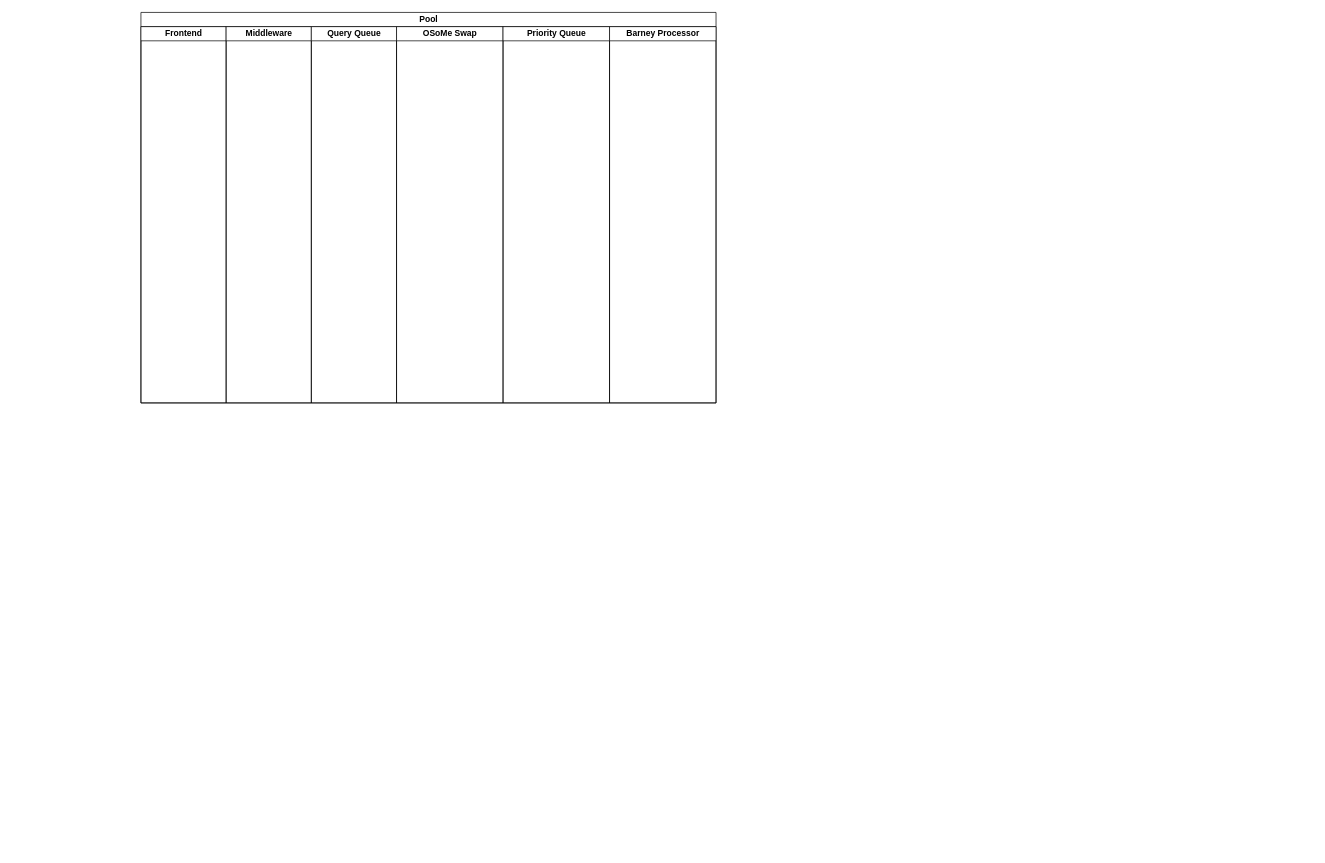
This is BarneyProcessMap.drawio from benabus/charts_and_notes, a draw.io file, before an edit. Source tidied: cells renumbered, new cells numbered last; positions are measured from the earlier drawing's top-left corner, leaving out a move shared by most shapes. Both pictures are drawn from the tidied source at 71%, with x=0, y=0 at pixel (141, 12).
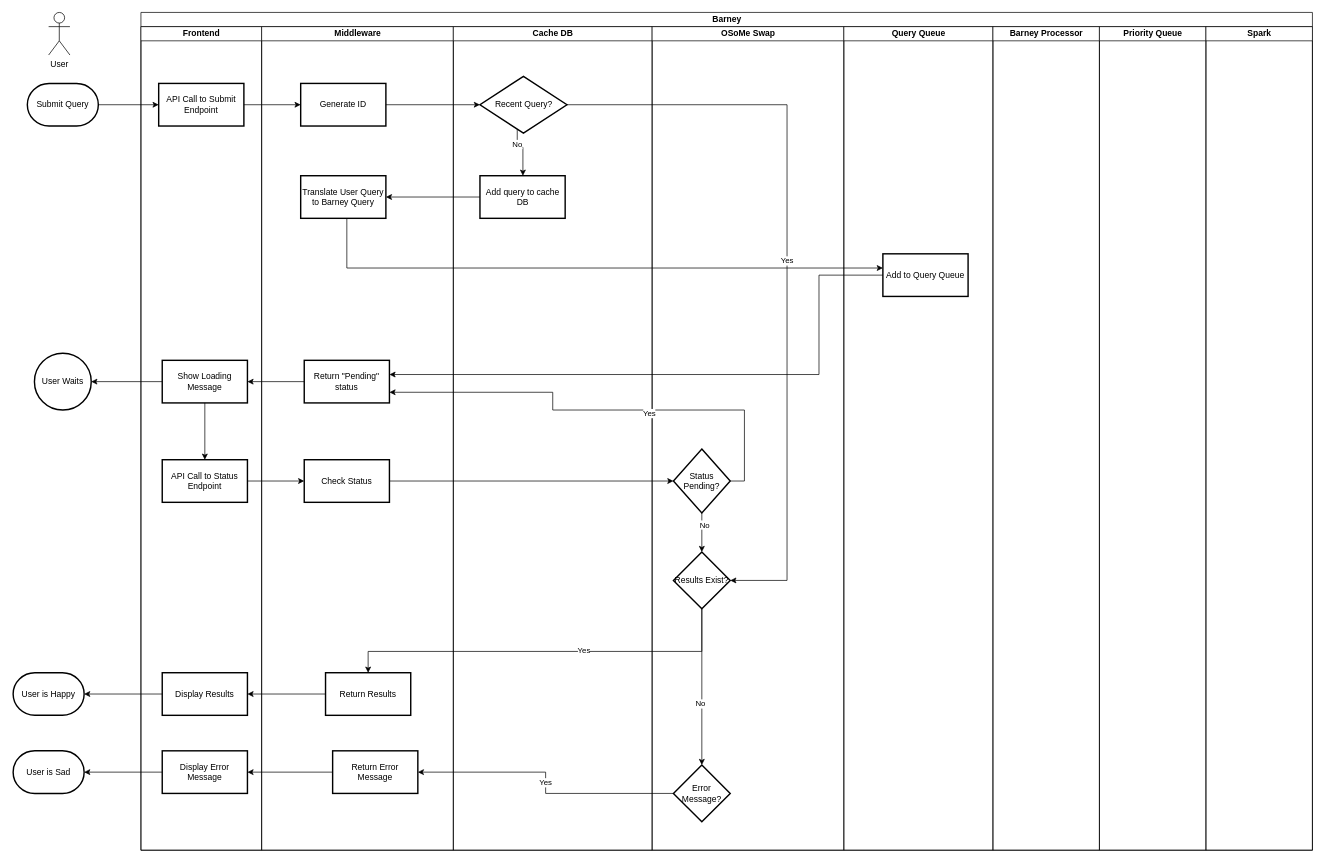
Above is the later version.

What changed in the source:
```diff
@@
-    <mxCell id="2" value="Pool" style="swimlane;startSize=20;html=1;" parent="1" vertex="1">
-      <mxGeometry width="810" height="550" as="geometry" />
+    <mxCell id="2" value="Barney" style="swimlane;startSize=20;html=1;" parent="1" vertex="1">
+      <mxGeometry width="1650" height="1180" as="geometry" />
     </mxCell>
     <mxCell id="3" value="Frontend" style="swimlane;startSize=20;html=1;" parent="2" vertex="1">
-      <mxGeometry y="20" width="120" height="530" as="geometry" />
+      <mxGeometry y="20" width="170" height="1160" as="geometry" />
     </mxCell>
+    <mxCell id="9" value="API Call to Submit Endpoint" style="whiteSpace=wrap;html=1;strokeWidth=2;" parent="3" vertex="1">
+      <mxGeometry x="25" y="80" width="120" height="60" as="geometry" />
+    </mxCell>
+    <mxCell id="10" value="API Call to Status Endpoint" style="whiteSpace=wrap;html=1;strokeWidth=2;" parent="3" vertex="1">
+      <mxGeometry x="30" y="610" width="120" height="60" as="geometry" />
+    </mxCell>
+    <mxCell id="11" value="Display Results" style="whiteSpace=wrap;html=1;strokeWidth=2;" parent="3" vertex="1">
+      <mxGeometry x="30" y="910" width="120" height="60" as="geometry" />
+    </mxCell>
+    <mxCell id="12" value="Display Error Message" style="whiteSpace=wrap;html=1;strokeWidth=2;" parent="3" vertex="1">
+      <mxGeometry x="30" y="1020" width="120" height="60" as="geometry" />
+    </mxCell>
     <mxCell id="4" value="Middleware" style="swimlane;startSize=20;html=1;" parent="2" vertex="1">
-      <mxGeometry x="120" y="20" width="120" height="530" as="geometry" />
+      <mxGeometry x="170" y="20" width="270" height="1160" as="geometry" />
     </mxCell>
+    <mxCell id="13" value="Generate ID" style="whiteSpace=wrap;html=1;strokeWidth=2;" parent="4" vertex="1">
+      <mxGeometry x="55" y="80" width="120" height="60" as="geometry" />
+    </mxCell>
+    <mxCell id="14" value="Return Results" style="whiteSpace=wrap;html=1;strokeWidth=2;" parent="4" vertex="1">
+      <mxGeometry x="90" y="910" width="120" height="60" as="geometry" />
+    </mxCell>
+    <mxCell id="15" value="Translate User Query to Barney Query" style="whiteSpace=wrap;html=1;strokeWidth=2;" parent="4" vertex="1">
+      <mxGeometry x="55" y="210" width="120" height="60" as="geometry" />
+    </mxCell>
+    <mxCell id="16" style="edgeStyle=orthogonalEdgeStyle;rounded=0;jettySize=auto;html=1;" parent="4" edge="1" source="17" target="18">
+      <mxGeometry relative="1" as="geometry" />
+    </mxCell>
+    <mxCell id="17" value="Return &quot;Pending&quot; status" style="whiteSpace=wrap;html=1;strokeWidth=2;" parent="4" vertex="1">
+      <mxGeometry x="60" y="470" width="120" height="60" as="geometry" />
+    </mxCell>
+    <mxCell id="18" value="Show Loading Message" style="whiteSpace=wrap;html=1;strokeWidth=2;" parent="4" vertex="1">
+      <mxGeometry x="-140" y="470" width="120" height="60" as="geometry" />
+    </mxCell>
+    <mxCell id="19" value="Check Status" style="whiteSpace=wrap;html=1;strokeWidth=2;" parent="4" vertex="1">
+      <mxGeometry x="60" y="610" width="120" height="60" as="geometry" />
+    </mxCell>
+    <mxCell id="20" value="&lt;div&gt;Return Error Message&lt;/div&gt;" style="whiteSpace=wrap;html=1;strokeWidth=2;" parent="4" vertex="1">
+      <mxGeometry x="100" y="1020" width="120" height="60" as="geometry" />
+    </mxCell>
-    <mxCell id="5" value="Query Queue" style="swimlane;startSize=20;html=1;" parent="2" vertex="1">
-      <mxGeometry x="240" y="20" width="120" height="530" as="geometry" />
+    <mxCell id="5" value="Cache DB" style="swimlane;startSize=20;html=1;" parent="2" vertex="1">
+      <mxGeometry x="440" y="20" width="280" height="1160" as="geometry" />
     </mxCell>
+    <mxCell id="21" value="&lt;div&gt;Recent Query?&lt;/div&gt;" style="rhombus;whiteSpace=wrap;html=1;strokeWidth=2;" parent="5" vertex="1">
+      <mxGeometry x="37.5" y="70" width="122.5" height="80" as="geometry" />
+    </mxCell>
+    <mxCell id="22" value="Add query to cache DB" style="whiteSpace=wrap;html=1;strokeWidth=2;" parent="5" vertex="1">
+      <mxGeometry x="37.5" y="210" width="120" height="60" as="geometry" />
+    </mxCell>
+    <mxCell id="23" style="edgeStyle=orthogonalEdgeStyle;rounded=0;jettySize=auto;html=1;" parent="5" edge="1" source="21" target="22">
+      <mxGeometry relative="1" as="geometry">
+        <Array as="points">
+          <mxPoint x="90" y="170" />
+          <mxPoint x="98" y="170" />
+        </Array>
+      </mxGeometry>
+    </mxCell>
+    <mxCell id="24" value="&lt;div&gt;No&lt;/div&gt;" style="edgeLabel;html=1;align=center;verticalAlign=middle;" parent="23" vertex="1">
+      <mxGeometry x="-0.42" y="-1" relative="1" as="geometry" />
+    </mxCell>
     <mxCell id="6" value="OSoMe Swap" style="swimlane;startSize=20;html=1;" parent="2" vertex="1">
-      <mxGeometry x="360" y="20" width="150" height="530" as="geometry" />
+      <mxGeometry x="720" y="20" width="270" height="1160" as="geometry" />
     </mxCell>
+    <mxCell id="25" style="edgeStyle=orthogonalEdgeStyle;rounded=0;jettySize=auto;html=1;" parent="6" edge="1" source="27" target="30">
+      <mxGeometry relative="1" as="geometry" />
+    </mxCell>
+    <mxCell id="26" value="No" style="edgeLabel;html=1;align=center;verticalAlign=middle;" parent="25" vertex="1">
+      <mxGeometry x="-0.41" y="3" relative="1" as="geometry" />
+    </mxCell>
+    <mxCell id="27" value="Status Pending?" style="rhombus;whiteSpace=wrap;html=1;strokeWidth=2;" parent="6" vertex="1">
+      <mxGeometry x="30" y="595" width="80" height="90" as="geometry" />
+    </mxCell>
+    <mxCell id="28" style="edgeStyle=orthogonalEdgeStyle;rounded=0;jettySize=auto;html=1;" parent="6" edge="1" source="30" target="31">
+      <mxGeometry relative="1" as="geometry" />
+    </mxCell>
+    <mxCell id="29" value="No" style="edgeLabel;html=1;align=center;verticalAlign=middle;" parent="28" vertex="1">
+      <mxGeometry x="0.21" y="-3" relative="1" as="geometry" />
+    </mxCell>
+    <mxCell id="30" value="&lt;div&gt;Results Exist?&lt;/div&gt;" style="rhombus;whiteSpace=wrap;html=1;strokeWidth=2;" parent="6" vertex="1">
+      <mxGeometry x="30" y="740" width="80" height="80" as="geometry" />
+    </mxCell>
+    <mxCell id="31" value="&lt;div&gt;Error Message?&lt;/div&gt;" style="rhombus;whiteSpace=wrap;html=1;strokeWidth=2;" parent="6" vertex="1">
+      <mxGeometry x="30" y="1040" width="80" height="80" as="geometry" />
+    </mxCell>
+    <mxCell id="32" value="Query Queue" style="swimlane;startSize=20;html=1;" parent="2" vertex="1">
+      <mxGeometry x="990" y="20" width="210" height="1160" as="geometry" />
+    </mxCell>
+    <mxCell id="33" value="Add to Query Queue" style="whiteSpace=wrap;html=1;strokeWidth=2;" parent="32" vertex="1">
+      <mxGeometry x="55" y="320" width="120" height="60" as="geometry" />
+    </mxCell>
+    <mxCell id="8" value="Barney Processor" style="swimlane;startSize=20;html=1;" parent="2" vertex="1">
+      <mxGeometry x="1200" y="20" width="150" height="1160" as="geometry" />
+    </mxCell>
     <mxCell id="7" value="Priority Queue" style="swimlane;startSize=20;html=1;" parent="2" vertex="1">
-      <mxGeometry x="510" y="20" width="150" height="530" as="geometry" />
+      <mxGeometry x="1350" y="20" width="150" height="1160" as="geometry" />
     </mxCell>
-    <mxCell id="8" value="Barney Processor" style="swimlane;startSize=20;html=1;" parent="2" vertex="1">
-      <mxGeometry x="660" y="20" width="150" height="530" as="geometry" />
-    </mxCell>
+    <mxCell id="34" value="Spark" style="swimlane;startSize=20;html=1;" parent="2" vertex="1">
+      <mxGeometry x="1500" y="20" width="150" height="1160" as="geometry" />
+    </mxCell>
+    <mxCell id="35" style="edgeStyle=orthogonalEdgeStyle;rounded=0;jettySize=auto;html=1;" parent="2" edge="1" source="9" target="13">
+      <mxGeometry relative="1" as="geometry" />
+    </mxCell>
+    <mxCell id="36" style="edgeStyle=orthogonalEdgeStyle;rounded=0;jettySize=auto;html=1;" parent="2" edge="1" source="13" target="21">
+      <mxGeometry relative="1" as="geometry" />
+    </mxCell>
+    <mxCell id="37" style="edgeStyle=orthogonalEdgeStyle;rounded=0;jettySize=auto;html=1;" parent="2" edge="1" source="22" target="15">
+      <mxGeometry relative="1" as="geometry" />
+    </mxCell>
+    <mxCell id="38" style="edgeStyle=orthogonalEdgeStyle;rounded=0;jettySize=auto;html=1;" parent="2" edge="1" source="15" target="33">
+      <mxGeometry relative="1" as="geometry">
+        <Array as="points">
+          <mxPoint x="290" y="360" />
+        </Array>
+      </mxGeometry>
+    </mxCell>
+    <mxCell id="39" style="edgeStyle=orthogonalEdgeStyle;rounded=0;jettySize=auto;html=1;" parent="2" edge="1" source="33" target="17">
+      <mxGeometry relative="1" as="geometry">
+        <Array as="points">
+          <mxPoint x="955" y="510" />
+        </Array>
+      </mxGeometry>
+    </mxCell>
+    <mxCell id="40" style="edgeStyle=orthogonalEdgeStyle;rounded=0;jettySize=auto;html=1;" parent="2" edge="1" source="18" target="10">
+      <mxGeometry relative="1" as="geometry" />
+    </mxCell>
+    <mxCell id="41" style="edgeStyle=orthogonalEdgeStyle;rounded=0;jettySize=auto;html=1;" parent="2" edge="1" source="10" target="19">
+      <mxGeometry relative="1" as="geometry" />
+    </mxCell>
+    <mxCell id="42" style="edgeStyle=orthogonalEdgeStyle;rounded=0;jettySize=auto;html=1;" parent="2" edge="1" source="19" target="27">
+      <mxGeometry relative="1" as="geometry" />
+    </mxCell>
+    <mxCell id="43" style="edgeStyle=orthogonalEdgeStyle;rounded=0;jettySize=auto;html=1;entryX=1;entryY=0.75;entryDx=0;entryDy=0;" parent="2" edge="1" source="27" target="17">
+      <mxGeometry relative="1" as="geometry">
+        <Array as="points">
+          <mxPoint x="850" y="560" />
+          <mxPoint x="580" y="560" />
+          <mxPoint x="580" y="535" />
+        </Array>
+      </mxGeometry>
+    </mxCell>
+    <mxCell id="44" value="Yes" style="edgeLabel;html=1;align=center;verticalAlign=middle;" parent="43" vertex="1">
+      <mxGeometry x="-0.21" y="4" relative="1" as="geometry" />
+    </mxCell>
+    <mxCell id="45" style="edgeStyle=orthogonalEdgeStyle;rounded=0;jettySize=auto;html=1;" parent="2" edge="1" source="14" target="11">
+      <mxGeometry relative="1" as="geometry" />
+    </mxCell>
+    <mxCell id="46" style="edgeStyle=orthogonalEdgeStyle;rounded=0;jettySize=auto;html=1;" parent="2" edge="1" source="30" target="14">
+      <mxGeometry relative="1" as="geometry">
+        <Array as="points">
+          <mxPoint x="790" y="900" />
+          <mxPoint x="320" y="900" />
+        </Array>
+      </mxGeometry>
+    </mxCell>
+    <mxCell id="47" value="Yes" style="edgeLabel;html=1;align=center;verticalAlign=middle;" parent="46" vertex="1">
+      <mxGeometry x="-0.19" y="-2" relative="1" as="geometry" />
+    </mxCell>
+    <mxCell id="48" value="&lt;div&gt;Yes&lt;/div&gt;" style="edgeStyle=orthogonalEdgeStyle;rounded=0;jettySize=auto;html=1;" parent="2" edge="1" source="31" target="20">
+      <mxGeometry relative="1" as="geometry" />
+    </mxCell>
+    <mxCell id="49" style="edgeStyle=orthogonalEdgeStyle;rounded=0;jettySize=auto;html=1;" parent="2" edge="1" source="20" target="12">
+      <mxGeometry relative="1" as="geometry" />
+    </mxCell>
+    <mxCell id="50" value="&lt;div&gt;Yes&lt;/div&gt;" style="edgeStyle=orthogonalEdgeStyle;rounded=0;jettySize=auto;html=1;entryX=1;entryY=0.5;entryDx=0;entryDy=0;" parent="2" edge="1" source="21" target="30">
+      <mxGeometry relative="1" as="geometry">
+        <Array as="points">
+          <mxPoint x="910" y="130" />
+          <mxPoint x="910" y="800" />
+        </Array>
+      </mxGeometry>
+    </mxCell>
+    <mxCell id="51" style="edgeStyle=orthogonalEdgeStyle;rounded=0;jettySize=auto;html=1;" parent="1" edge="1" source="52" target="9">
+      <mxGeometry relative="1" as="geometry" />
+    </mxCell>
+    <mxCell id="52" value="Submit Query" style="strokeWidth=2;html=1;shape=mxgraph.flowchart.terminator;whiteSpace=wrap;" parent="1" vertex="1">
+      <mxGeometry x="-160" y="100" width="100" height="60" as="geometry" />
+    </mxCell>
+    <mxCell id="53" value="&lt;div&gt;User&lt;/div&gt;" style="shape=umlActor;verticalLabelPosition=bottom;verticalAlign=top;html=1;" parent="1" vertex="1">
+      <mxGeometry x="-130" width="30" height="60" as="geometry" />
+    </mxCell>
+    <mxCell id="54" value="User is Happy" style="strokeWidth=2;html=1;shape=mxgraph.flowchart.terminator;whiteSpace=wrap;" parent="1" vertex="1">
+      <mxGeometry x="-180" y="930" width="100" height="60" as="geometry" />
+    </mxCell>
+    <mxCell id="55" style="edgeStyle=orthogonalEdgeStyle;rounded=0;jettySize=auto;html=1;" parent="1" edge="1" source="11" target="54">
+      <mxGeometry relative="1" as="geometry" />
+    </mxCell>
+    <mxCell id="56" value="&lt;div&gt;User Waits&lt;/div&gt;" style="ellipse;whiteSpace=wrap;html=1;strokeWidth=2;" parent="1" vertex="1">
+      <mxGeometry x="-150" y="480" width="80" height="80" as="geometry" />
+    </mxCell>
+    <mxCell id="57" style="edgeStyle=orthogonalEdgeStyle;rounded=0;jettySize=auto;html=1;" parent="1" edge="1" source="18" target="56">
+      <mxGeometry relative="1" as="geometry" />
+    </mxCell>
+    <mxCell id="58" value="User is Sad" style="strokeWidth=2;html=1;shape=mxgraph.flowchart.terminator;whiteSpace=wrap;" parent="1" vertex="1">
+      <mxGeometry x="-180" y="1040" width="100" height="60" as="geometry" />
+    </mxCell>
+    <mxCell id="59" style="edgeStyle=orthogonalEdgeStyle;rounded=0;jettySize=auto;html=1;" parent="1" edge="1" source="12" target="58">
+      <mxGeometry relative="1" as="geometry" />
+    </mxCell>
```
